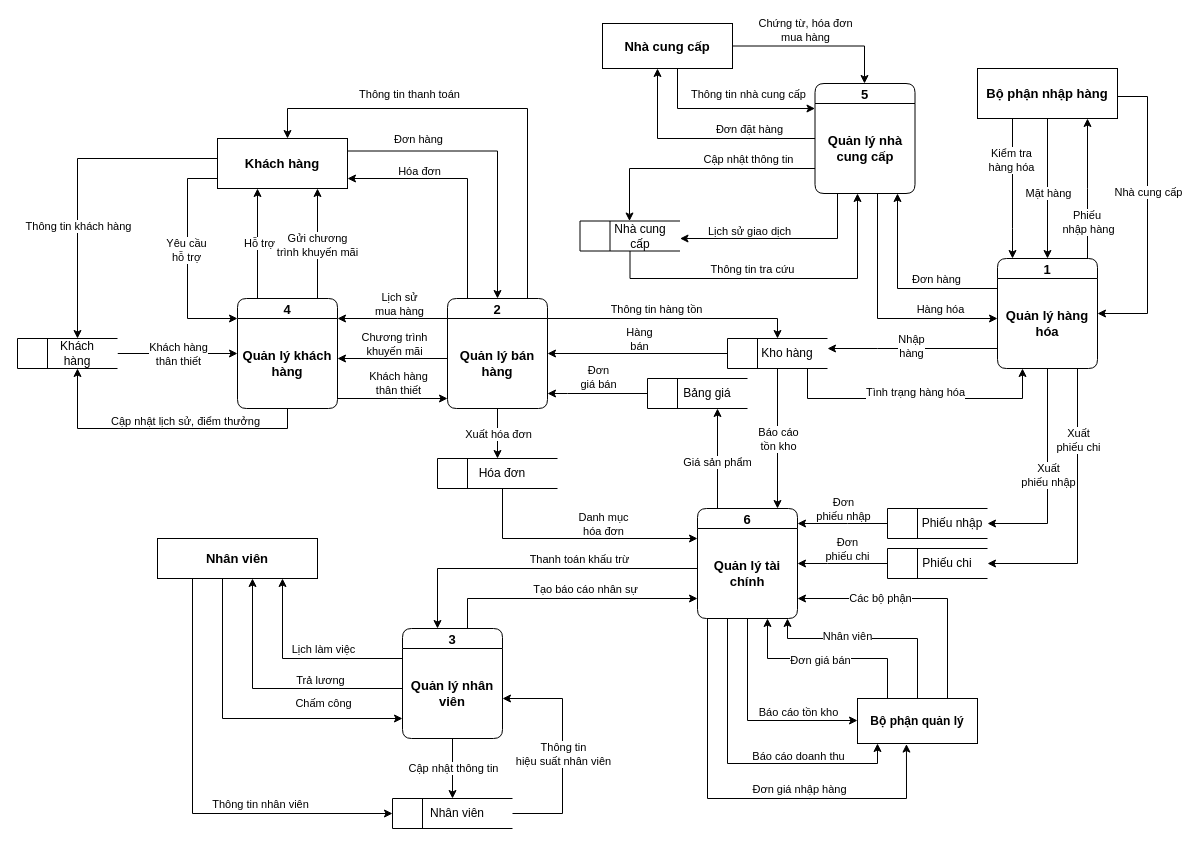
Above: DFS dinh.drawio in DatLe328/Phan-tich-thiet-ke-he-thong (draw.io), before the change. Source tidied: cells renumbered, new cells numbered last; positions are measured from the earlier drawing's top-left corner, leaving out a move shared by most shapes. Both pictures are drawn from the tidied source at 100%, with x=0, y=0 at pixel (17, 23).
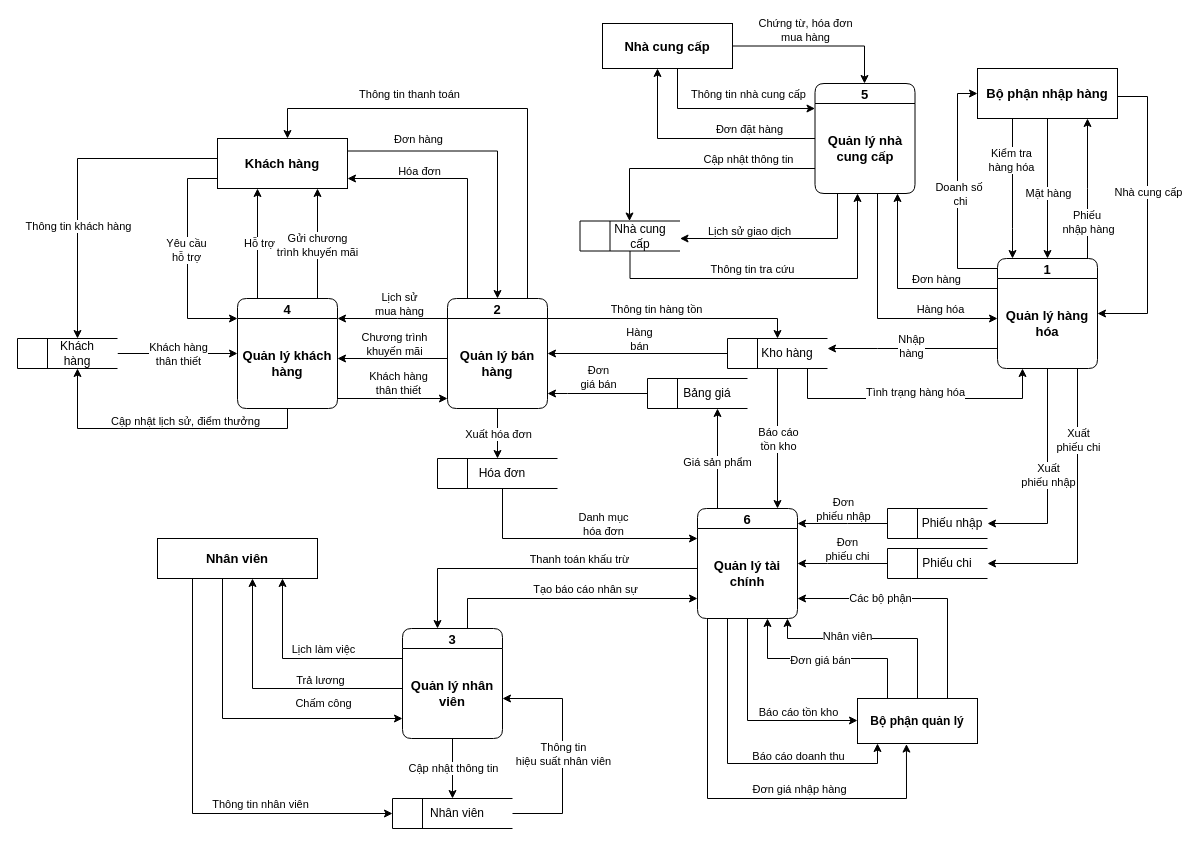
After the change.

Commit message:
Cập nhật DFS dinh.drawio

Unchanged cells that the change refers to:
```xml
<mxCell id="2" value="1" style="swimlane;fontStyle=1;horizontal=1;startSize=20;fillColor=#ffffff;swimlaneFillColor=#ffffff;rounded=1;fontSize=13;" parent="1" vertex="1">
  <mxGeometry x="980" y="235" width="100" height="110" as="geometry" />
</mxCell>
<mxCell id="43" value="&lt;b&gt;&lt;font style=&quot;font-size: 13px;&quot;&gt;Bộ phận nhập hàng&lt;/font&gt;&lt;/b&gt;" style="rounded=0;whiteSpace=wrap;html=1;" parent="1" vertex="1">
  <mxGeometry x="960" y="45" width="140" height="50" as="geometry" />
</mxCell>
```

What changed in the source:
```diff
@@
+    <mxCell id="137" style="edgeStyle=orthogonalEdgeStyle;rounded=0;jettySize=auto;html=1;entryX=0;entryY=0.5;entryDx=0;entryDy=0;" parent="1" edge="1" source="2" target="43">
+      <mxGeometry relative="1" as="geometry">
+        <Array as="points">
+          <mxPoint x="940" y="245" />
+          <mxPoint x="940" y="70" />
+        </Array>
+      </mxGeometry>
+    </mxCell>
+    <mxCell id="138" value="Doanh số&amp;nbsp;&lt;div&gt;chi&lt;/div&gt;" style="edgeLabel;html=1;align=center;verticalAlign=middle;" parent="137" vertex="1">
+      <mxGeometry x="0.04" y="-2" relative="1" as="geometry">
+        <mxPoint y="7" as="offset" />
+      </mxGeometry>
+    </mxCell>
```
